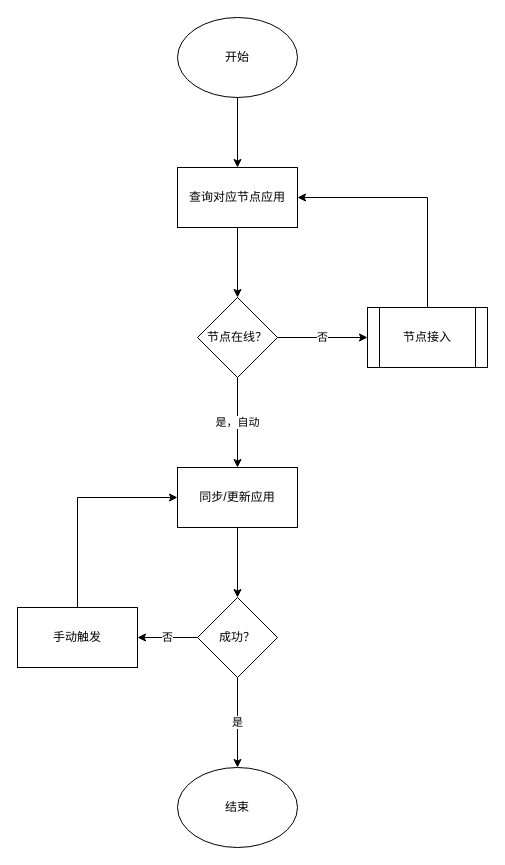
Above: page "节点-应用同步" (4 of 8) of devops/upgrade.drawio in zhuoooo/doodles (draw.io), before the change. Source tidied: cells renumbered, new cells numbered last; positions are measured from the earlier drawing's top-left corner, leaving out a move shared by most shapes. Both pictures are drawn from the tidied source at 100%, with x=0, y=0 at pixel (17, 17).
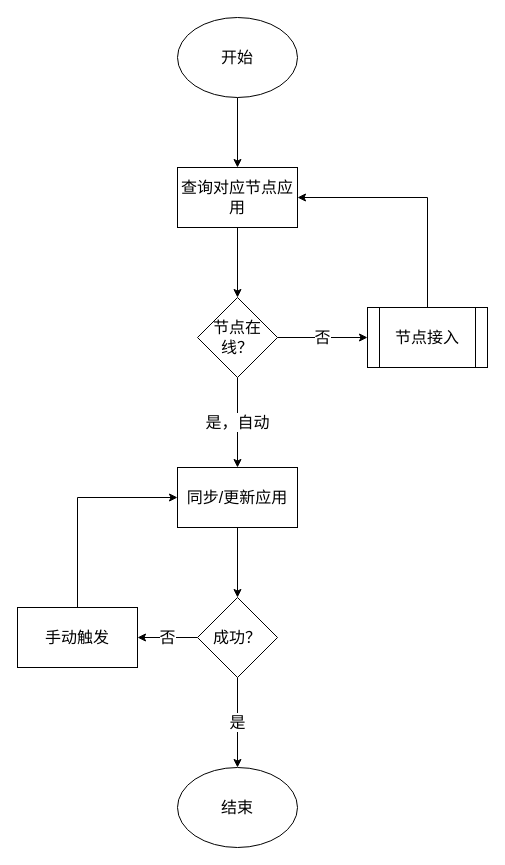
The same page after the edit.

Diff of the diagram source:
```diff
@@
-    <mxCell id="2" style="edgeStyle=orthogonalEdgeStyle;rounded=0;jettySize=auto;html=1;" parent="1" edge="1" source="3" target="5">
+    <mxCell id="2" style="edgeStyle=orthogonalEdgeStyle;rounded=0;jettySize=auto;html=1;fontSize=16;" parent="1" edge="1" source="3" target="5">
       <mxGeometry relative="1" as="geometry" />
     </mxCell>
-    <mxCell id="3" value="开始" style="ellipse;whiteSpace=wrap;html=1;" parent="1" vertex="1">
+    <mxCell id="3" value="开始" style="ellipse;whiteSpace=wrap;html=1;fontSize=16;" parent="1" vertex="1">
       <mxGeometry x="160" width="120" height="80" as="geometry" />
     </mxCell>
-    <mxCell id="4" style="edgeStyle=orthogonalEdgeStyle;rounded=0;jettySize=auto;html=1;" parent="1" edge="1" source="5" target="8">
+    <mxCell id="4" style="edgeStyle=orthogonalEdgeStyle;rounded=0;jettySize=auto;html=1;fontSize=16;" parent="1" edge="1" source="5" target="8">
       <mxGeometry relative="1" as="geometry" />
     </mxCell>
-    <mxCell id="5" value="查询对应节点应用" style="rounded=0;whiteSpace=wrap;html=1;" parent="1" vertex="1">
+    <mxCell id="5" value="查询对应节点应用" style="rounded=0;whiteSpace=wrap;html=1;fontSize=16;" parent="1" vertex="1">
       <mxGeometry x="160" y="150" width="120" height="60" as="geometry" />
     </mxCell>
-    <mxCell id="6" value="是，自动" style="edgeStyle=orthogonalEdgeStyle;rounded=0;jettySize=auto;html=1;" parent="1" edge="1" source="8" target="10">
+    <mxCell id="6" value="是，自动" style="edgeStyle=orthogonalEdgeStyle;rounded=0;jettySize=auto;html=1;fontSize=16;" parent="1" edge="1" source="8" target="10">
       <mxGeometry relative="1" as="geometry">
         <Array as="points">
           <mxPoint x="220" y="410" />
           <mxPoint x="220" y="410" />
         </Array>
       </mxGeometry>
     </mxCell>
-    <mxCell id="7" value="否" style="edgeStyle=orthogonalEdgeStyle;rounded=0;jettySize=auto;html=1;" parent="1" edge="1" source="8" target="17">
+    <mxCell id="7" value="否" style="edgeStyle=orthogonalEdgeStyle;rounded=0;jettySize=auto;html=1;fontSize=16;" parent="1" edge="1" source="8" target="17">
       <mxGeometry relative="1" as="geometry" />
     </mxCell>
-    <mxCell id="8" value="节点在线？" style="rhombus;whiteSpace=wrap;html=1;rounded=0;" parent="1" vertex="1">
+    <mxCell id="8" value="节点在线？" style="rhombus;whiteSpace=wrap;html=1;rounded=0;fontSize=16;" parent="1" vertex="1">
       <mxGeometry x="180" y="280" width="80" height="80" as="geometry" />
     </mxCell>
-    <mxCell id="9" style="edgeStyle=orthogonalEdgeStyle;rounded=0;jettySize=auto;html=1;" parent="1" edge="1" source="10" target="13">
+    <mxCell id="9" style="edgeStyle=orthogonalEdgeStyle;rounded=0;jettySize=auto;html=1;fontSize=16;" parent="1" edge="1" source="10" target="13">
       <mxGeometry relative="1" as="geometry" />
     </mxCell>
-    <mxCell id="10" value="同步/更新应用" style="whiteSpace=wrap;html=1;rounded=0;" parent="1" vertex="1">
+    <mxCell id="10" value="同步/更新应用" style="whiteSpace=wrap;html=1;rounded=0;fontSize=16;" parent="1" vertex="1">
       <mxGeometry x="160" y="450" width="120" height="60" as="geometry" />
     </mxCell>
-    <mxCell id="11" value="否" style="edgeStyle=orthogonalEdgeStyle;rounded=0;jettySize=auto;html=1;" parent="1" edge="1" source="13" target="15">
+    <mxCell id="11" value="否" style="edgeStyle=orthogonalEdgeStyle;rounded=0;jettySize=auto;html=1;fontSize=16;" parent="1" edge="1" source="13" target="15">
       <mxGeometry relative="1" as="geometry" />
     </mxCell>
-    <mxCell id="12" value="是" style="edgeStyle=orthogonalEdgeStyle;rounded=0;jettySize=auto;html=1;" parent="1" edge="1" source="13" target="18">
+    <mxCell id="12" value="是" style="edgeStyle=orthogonalEdgeStyle;rounded=0;jettySize=auto;html=1;fontSize=16;" parent="1" edge="1" source="13" target="18">
       <mxGeometry relative="1" as="geometry" />
     </mxCell>
-    <mxCell id="13" value="成功？" style="rhombus;whiteSpace=wrap;html=1;rounded=0;" parent="1" vertex="1">
+    <mxCell id="13" value="成功？" style="rhombus;whiteSpace=wrap;html=1;rounded=0;fontSize=16;" parent="1" vertex="1">
       <mxGeometry x="180" y="580" width="80" height="80" as="geometry" />
     </mxCell>
-    <mxCell id="14" style="edgeStyle=orthogonalEdgeStyle;rounded=0;jettySize=auto;html=1;entryX=0;entryY=0.5;entryDx=0;entryDy=0;exitX=0.5;exitY=0;exitDx=0;exitDy=0;" parent="1" edge="1" source="15" target="10">
+    <mxCell id="14" style="edgeStyle=orthogonalEdgeStyle;rounded=0;jettySize=auto;html=1;entryX=0;entryY=0.5;entryDx=0;entryDy=0;exitX=0.5;exitY=0;exitDx=0;exitDy=0;fontSize=16;" parent="1" edge="1" source="15" target="10">
       <mxGeometry relative="1" as="geometry" />
     </mxCell>
-    <mxCell id="15" value="手动触发" style="whiteSpace=wrap;html=1;rounded=0;" parent="1" vertex="1">
+    <mxCell id="15" value="手动触发" style="whiteSpace=wrap;html=1;rounded=0;fontSize=16;" parent="1" vertex="1">
       <mxGeometry y="590" width="120" height="60" as="geometry" />
     </mxCell>
-    <mxCell id="16" style="edgeStyle=orthogonalEdgeStyle;rounded=0;jettySize=auto;html=1;entryX=1;entryY=0.5;entryDx=0;entryDy=0;exitX=0.5;exitY=0;exitDx=0;exitDy=0;" parent="1" edge="1" source="17" target="5">
+    <mxCell id="16" style="edgeStyle=orthogonalEdgeStyle;rounded=0;jettySize=auto;html=1;entryX=1;entryY=0.5;entryDx=0;entryDy=0;exitX=0.5;exitY=0;exitDx=0;exitDy=0;fontSize=16;" parent="1" edge="1" source="17" target="5">
       <mxGeometry relative="1" as="geometry" />
     </mxCell>
-    <mxCell id="17" value="节点接入" style="shape=process;whiteSpace=wrap;html=1;backgroundOutline=1;rounded=0;" parent="1" vertex="1">
+    <mxCell id="17" value="节点接入" style="shape=process;whiteSpace=wrap;html=1;backgroundOutline=1;rounded=0;fontSize=16;" parent="1" vertex="1">
       <mxGeometry x="350" y="290" width="120" height="60" as="geometry" />
     </mxCell>
-    <mxCell id="18" value="结束" style="ellipse;whiteSpace=wrap;html=1;" parent="1" vertex="1">
+    <mxCell id="18" value="结束" style="ellipse;whiteSpace=wrap;html=1;fontSize=16;" parent="1" vertex="1">
       <mxGeometry x="160" y="750" width="120" height="80" as="geometry" />
     </mxCell>
```
